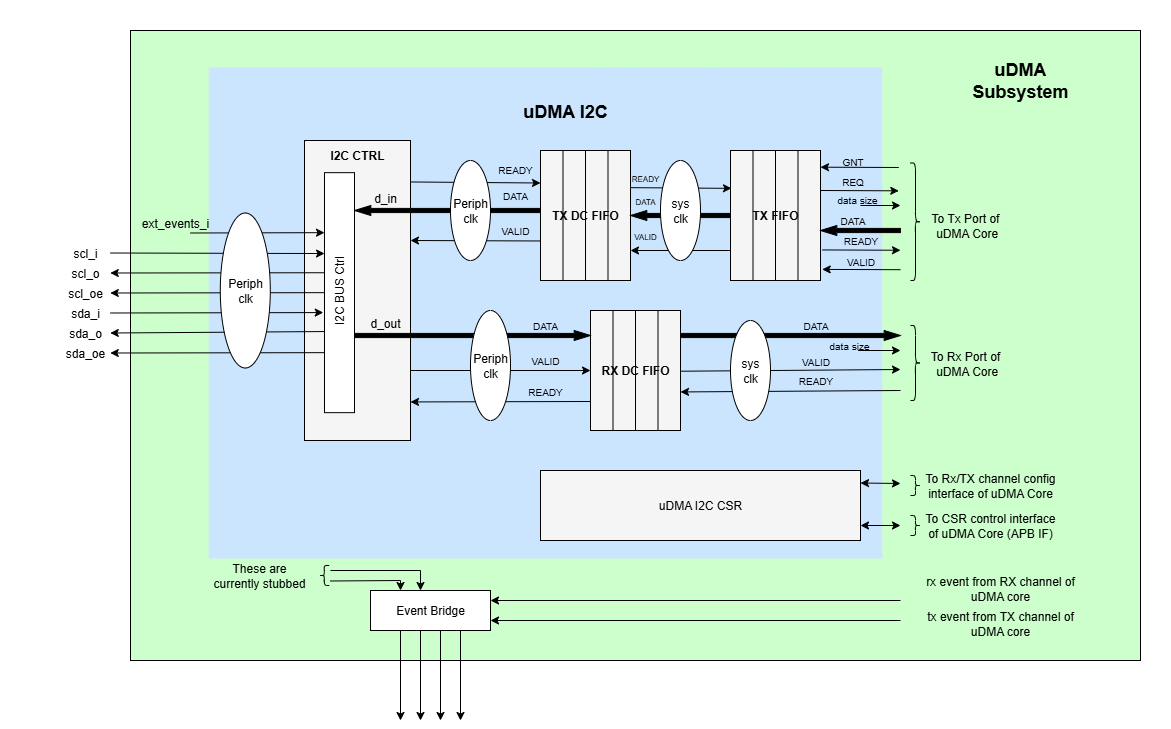
openhwgroup/core-v-mcu keeps this draw.io diagram as docs/doc-src/ip-blocks/udma_i2c_block_diagram.png. Above is the earlier version. Source tidied: cells renumbered, new cells last; positions are measured from the earlier drawing's top-left corner, leaving out a move shared by most shapes.
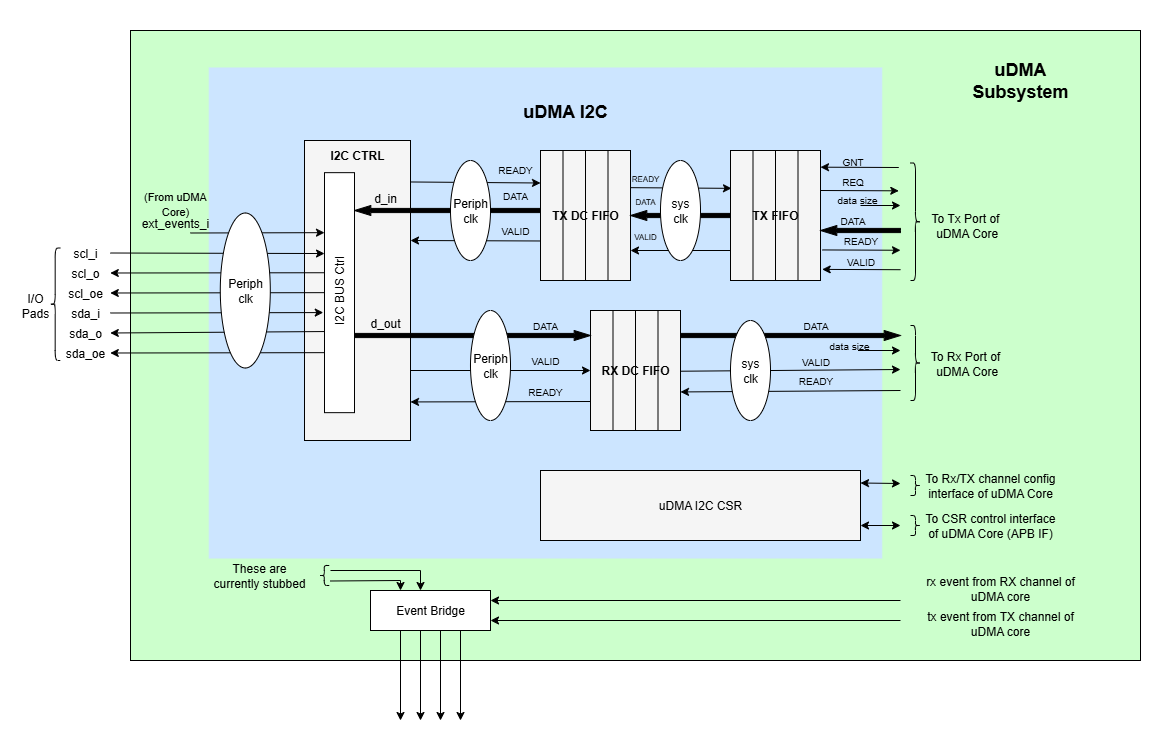
Later version of the same file.

Commit message:
Update block diagram and description

The edit, as a diff of the source:
```diff
@@ -392,5 +392,14 @@
     <mxCell id="106" style="shape=curlyBracket;whiteSpace=wrap;html=1;rounded=1;flipH=1;labelPosition=right;verticalLabelPosition=middle;align=left;verticalAlign=middle;direction=west;" parent="1" vertex="1">
       <mxGeometry x="318.8" y="565" width="10" height="20" as="geometry" />
     </mxCell>
+    <mxCell id="107" style="shape=curlyBracket;whiteSpace=wrap;html=1;rounded=1;labelPosition=left;verticalLabelPosition=middle;align=right;verticalAlign=middle;" parent="1" vertex="1">
+      <mxGeometry x="49.6" y="247.5" width="10.2" height="112.5" as="geometry" />
+    </mxCell>
+    <mxCell id="108" value="I/O&lt;br&gt;Pads" style="text;html=1;align=center;verticalAlign=middle;whiteSpace=wrap;rounded=0;" parent="1" vertex="1">
+      <mxGeometry x="9.6" y="290" width="50.2" height="30" as="geometry" />
+    </mxCell>
+    <mxCell id="109" value="&lt;font style=&quot;font-size: 11px;&quot;&gt;(From uDMA Core)&lt;/font&gt;" style="text;html=1;align=center;verticalAlign=middle;whiteSpace=wrap;rounded=0;" parent="1" vertex="1">
+      <mxGeometry x="139.7" y="192.5" width="70.2" height="20" as="geometry" />
+    </mxCell>
   </root>
 </mxGraphModel>
```
